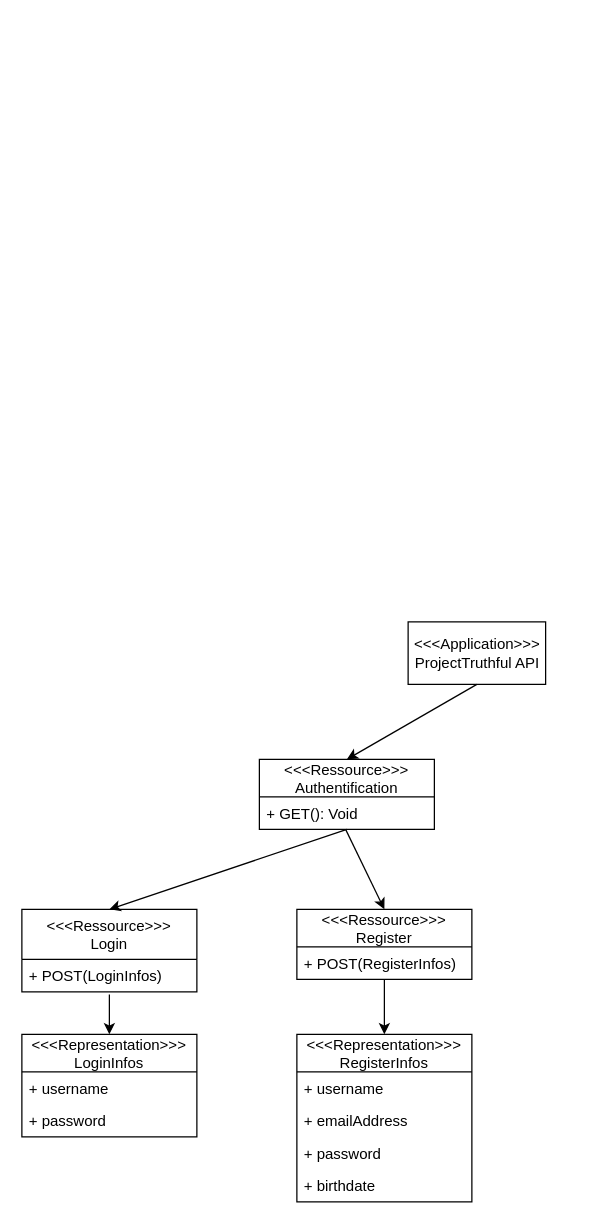
Above: page "API" (1 of 2) of diagrams/project-truthful.drawio in elbreujeu/project-truthful (draw.io), before the change. Source tidied: cells renumbered, new cells numbered last; positions are measured from the earlier drawing's top-left corner, leaving out a move shared by most shapes. Both pictures are drawn from the tidied source at 125%, with x=0, y=0 at pixel (21, 621).
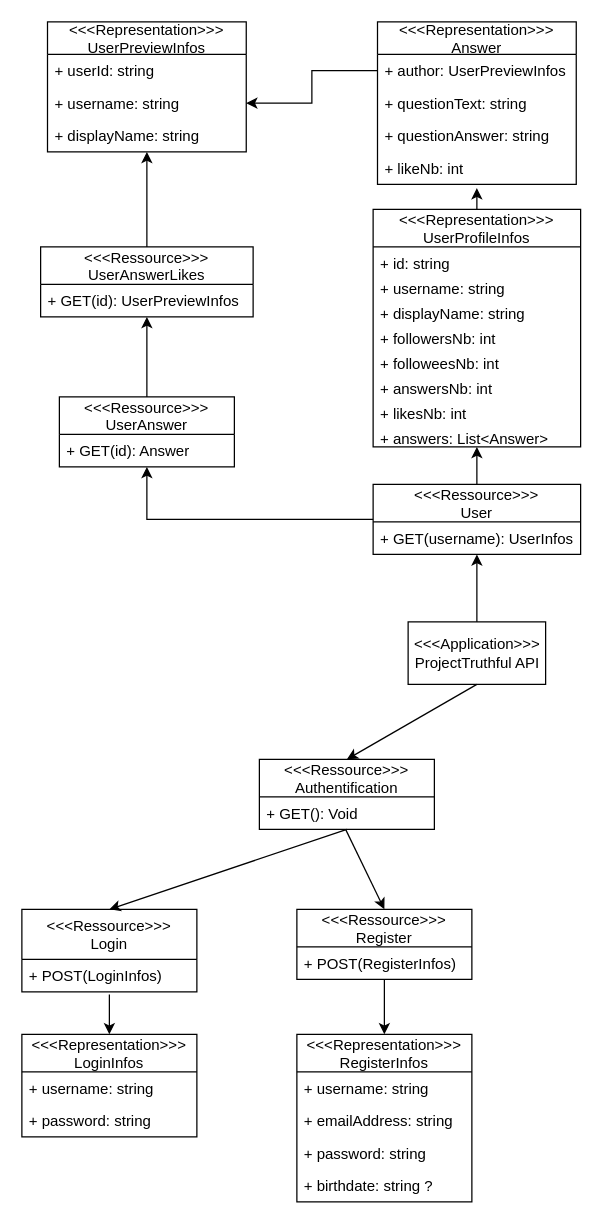
After the change.

The change refers to these unchanged cells:
```xml
<mxCell id="2" value="&amp;lt;&amp;lt;&amp;lt;Application&amp;gt;&amp;gt;&amp;gt;&lt;br&gt;ProjectTruthful API" style="html=1;" parent="1" vertex="1">
  <mxGeometry x="309" width="110" height="50" as="geometry" />
</mxCell>
<mxCell id="10" value="&lt;&lt;&lt;Representation&gt;&gt;&gt;&#10;RegisterInfos" style="swimlane;fontStyle=0;horizontal=1;startSize=30;fillColor=none;" parent="1" vertex="1">
  <mxGeometry x="220" y="330" width="140" height="134" as="geometry" />
</mxCell>
<mxCell id="19" value="&lt;&lt;&lt;Representation&gt;&gt;&gt;&#10;LoginInfos" style="swimlane;fontStyle=0;horizontal=1;startSize=30;fillColor=none;" parent="1" vertex="1">
  <mxGeometry y="330" width="140" height="82" as="geometry" />
</mxCell>
```

Diff of the diagram source:
```diff
@@
+    <mxCell id="22" style="edgeStyle=orthogonalEdgeStyle;rounded=0;jettySize=auto;html=1;exitX=0.5;exitY=0;exitDx=0;exitDy=0;entryX=0.5;entryY=1;entryDx=0;entryDy=0;" parent="1" edge="1" source="2" target="25">
+      <mxGeometry relative="1" as="geometry" />
+    </mxCell>
@@
-    <mxCell id="11" value="+ username" style="text;strokeColor=none;fillColor=none;align=left;verticalAlign=top;spacingLeft=4;spacingRight=4;overflow=hidden;" parent="10" vertex="1">
+    <mxCell id="11" value="+ username: string" style="text;strokeColor=none;fillColor=none;align=left;verticalAlign=top;spacingLeft=4;spacingRight=4;overflow=hidden;" parent="10" vertex="1">
       <mxGeometry y="30" width="140" height="26" as="geometry" />
     </mxCell>
-    <mxCell id="12" value="+ emailAddress" style="text;strokeColor=none;fillColor=none;align=left;verticalAlign=top;spacingLeft=4;spacingRight=4;overflow=hidden;" parent="10" vertex="1">
+    <mxCell id="12" value="+ emailAddress: string" style="text;strokeColor=none;fillColor=none;align=left;verticalAlign=top;spacingLeft=4;spacingRight=4;overflow=hidden;" parent="10" vertex="1">
       <mxGeometry y="56" width="140" height="26" as="geometry" />
     </mxCell>
-    <mxCell id="13" value="+ password" style="text;strokeColor=none;fillColor=none;align=left;verticalAlign=top;spacingLeft=4;spacingRight=4;overflow=hidden;" parent="10" vertex="1">
+    <mxCell id="13" value="+ password: string" style="text;strokeColor=none;fillColor=none;align=left;verticalAlign=top;spacingLeft=4;spacingRight=4;overflow=hidden;" parent="10" vertex="1">
       <mxGeometry y="82" width="140" height="26" as="geometry" />
     </mxCell>
-    <mxCell id="14" value="+ birthdate" style="text;strokeColor=none;fillColor=none;align=left;verticalAlign=top;spacingLeft=4;spacingRight=4;overflow=hidden;" parent="10" vertex="1">
+    <mxCell id="14" value="+ birthdate: string ?" style="text;strokeColor=none;fillColor=none;align=left;verticalAlign=top;spacingLeft=4;spacingRight=4;overflow=hidden;" parent="10" vertex="1">
       <mxGeometry y="108" width="140" height="26" as="geometry" />
     </mxCell>
@@
-    <mxCell id="20" value="+ username" style="text;strokeColor=none;fillColor=none;align=left;verticalAlign=top;spacingLeft=4;spacingRight=4;overflow=hidden;" parent="19" vertex="1">
+    <mxCell id="20" value="+ username: string" style="text;strokeColor=none;fillColor=none;align=left;verticalAlign=top;spacingLeft=4;spacingRight=4;overflow=hidden;" parent="19" vertex="1">
       <mxGeometry y="30" width="140" height="26" as="geometry" />
     </mxCell>
-    <mxCell id="21" value="+ password" style="text;strokeColor=none;fillColor=none;align=left;verticalAlign=top;spacingLeft=4;spacingRight=4;overflow=hidden;" parent="19" vertex="1">
+    <mxCell id="21" value="+ password: string" style="text;strokeColor=none;fillColor=none;align=left;verticalAlign=top;spacingLeft=4;spacingRight=4;overflow=hidden;" parent="19" vertex="1">
       <mxGeometry y="56" width="140" height="26" as="geometry" />
     </mxCell>
+    <mxCell id="23" style="edgeStyle=orthogonalEdgeStyle;rounded=0;jettySize=auto;html=1;exitX=0;exitY=0.5;exitDx=0;exitDy=0;entryX=0.5;entryY=1;entryDx=0;entryDy=0;" parent="1" edge="1" source="25" target="43">
+      <mxGeometry relative="1" as="geometry" />
+    </mxCell>
+    <mxCell id="24" style="edgeStyle=orthogonalEdgeStyle;rounded=0;jettySize=auto;html=1;entryX=0.5;entryY=1;entryDx=0;entryDy=0;entryPerimeter=0;" parent="1" edge="1" source="25" target="36">
+      <mxGeometry relative="1" as="geometry" />
+    </mxCell>
+    <mxCell id="25" value="&lt;&lt;&lt;Ressource&gt;&gt;&gt;&#10;User" style="swimlane;fontStyle=0;horizontal=1;startSize=30;fillColor=none;" parent="1" vertex="1">
+      <mxGeometry x="281" y="-110" width="166" height="56" as="geometry" />
+    </mxCell>
+    <mxCell id="26" value="+ GET(username): UserInfos" style="text;strokeColor=none;fillColor=none;align=left;verticalAlign=top;spacingLeft=4;spacingRight=4;overflow=hidden;" parent="25" vertex="1">
+      <mxGeometry y="30" width="166" height="26" as="geometry" />
+    </mxCell>
+    <mxCell id="27" style="edgeStyle=orthogonalEdgeStyle;rounded=0;jettySize=auto;html=1;exitX=0.5;exitY=0;exitDx=0;exitDy=0;entryX=0.5;entryY=1.115;entryDx=0;entryDy=0;entryPerimeter=0;" parent="1" edge="1" source="28" target="41">
+      <mxGeometry relative="1" as="geometry" />
+    </mxCell>
+    <mxCell id="28" value="&lt;&lt;&lt;Representation&gt;&gt;&gt;&#10;UserProfileInfos" style="swimlane;fontStyle=0;horizontal=1;startSize=30;fillColor=none;" parent="1" vertex="1">
+      <mxGeometry x="281" y="-330" width="166" height="190" as="geometry" />
+    </mxCell>
+    <mxCell id="29" value="+ id: string" style="text;strokeColor=none;fillColor=none;align=left;verticalAlign=top;spacingLeft=4;spacingRight=4;overflow=hidden;" parent="28" vertex="1">
+      <mxGeometry y="30" width="166" height="20" as="geometry" />
+    </mxCell>
+    <mxCell id="30" value="+ username: string" style="text;strokeColor=none;fillColor=none;align=left;verticalAlign=top;spacingLeft=4;spacingRight=4;overflow=hidden;" parent="28" vertex="1">
+      <mxGeometry y="50" width="166" height="20" as="geometry" />
+    </mxCell>
+    <mxCell id="31" value="+ displayName: string" style="text;strokeColor=none;fillColor=none;align=left;verticalAlign=top;spacingLeft=4;spacingRight=4;overflow=hidden;" parent="28" vertex="1">
+      <mxGeometry y="70" width="166" height="20" as="geometry" />
+    </mxCell>
+    <mxCell id="32" value="+ followersNb: int" style="text;strokeColor=none;fillColor=none;align=left;verticalAlign=top;spacingLeft=4;spacingRight=4;overflow=hidden;" parent="28" vertex="1">
+      <mxGeometry y="90" width="166" height="20" as="geometry" />
+    </mxCell>
+    <mxCell id="33" value="+ followeesNb: int" style="text;strokeColor=none;fillColor=none;align=left;verticalAlign=top;spacingLeft=4;spacingRight=4;overflow=hidden;" parent="28" vertex="1">
+      <mxGeometry y="110" width="166" height="20" as="geometry" />
+    </mxCell>
+    <mxCell id="34" value="+ answersNb: int" style="text;strokeColor=none;fillColor=none;align=left;verticalAlign=top;spacingLeft=4;spacingRight=4;overflow=hidden;" parent="28" vertex="1">
+      <mxGeometry y="130" width="166" height="20" as="geometry" />
+    </mxCell>
+    <mxCell id="35" value="+ likesNb: int" style="text;strokeColor=none;fillColor=none;align=left;verticalAlign=top;spacingLeft=4;spacingRight=4;overflow=hidden;" parent="28" vertex="1">
+      <mxGeometry y="150" width="166" height="20" as="geometry" />
+    </mxCell>
+    <mxCell id="36" value="+ answers: List&lt;Answer&gt;" style="text;strokeColor=none;fillColor=none;align=left;verticalAlign=top;spacingLeft=4;spacingRight=4;overflow=hidden;points=[[0,0.5],[1,0.5]];portConstraint=eastwest;" parent="28" vertex="1">
+      <mxGeometry y="170" width="166" height="20" as="geometry" />
+    </mxCell>
+    <mxCell id="37" value="&lt;&lt;&lt;Representation&gt;&gt;&gt;&#10;Answer" style="swimlane;fontStyle=0;horizontal=1;startSize=26;fillColor=none;" parent="1" vertex="1">
+      <mxGeometry x="284.5" y="-480" width="159" height="130" as="geometry" />
+    </mxCell>
+    <mxCell id="38" value="+ author: UserPreviewInfos" style="text;strokeColor=none;fillColor=none;align=left;verticalAlign=top;spacingLeft=4;spacingRight=4;overflow=hidden;points=[[0,0.5],[1,0.5]];portConstraint=eastwest;" parent="37" vertex="1">
+      <mxGeometry y="26" width="159" height="26" as="geometry" />
+    </mxCell>
+    <mxCell id="39" value="+ questionText: string" style="text;strokeColor=none;fillColor=none;align=left;verticalAlign=top;spacingLeft=4;spacingRight=4;overflow=hidden;" parent="37" vertex="1">
+      <mxGeometry y="52" width="159" height="26" as="geometry" />
+    </mxCell>
+    <mxCell id="40" value="+ questionAnswer: string" style="text;strokeColor=none;fillColor=none;align=left;verticalAlign=top;spacingLeft=4;spacingRight=4;overflow=hidden;" parent="37" vertex="1">
+      <mxGeometry y="78" width="159" height="26" as="geometry" />
+    </mxCell>
+    <mxCell id="41" value="+ likeNb: int" style="text;strokeColor=none;fillColor=none;align=left;verticalAlign=top;spacingLeft=4;spacingRight=4;overflow=hidden;points=[[0,0.5],[1,0.5]];portConstraint=eastwest;" parent="37" vertex="1">
+      <mxGeometry y="104" width="159" height="26" as="geometry" />
+    </mxCell>
+    <mxCell id="42" style="edgeStyle=orthogonalEdgeStyle;rounded=0;jettySize=auto;html=1;exitX=0.5;exitY=0;exitDx=0;exitDy=0;entryX=0.5;entryY=1;entryDx=0;entryDy=0;" parent="1" edge="1" source="43" target="46">
+      <mxGeometry relative="1" as="geometry" />
+    </mxCell>
+    <mxCell id="43" value="&lt;&lt;&lt;Ressource&gt;&gt;&gt;&#10;UserAnswer" style="swimlane;fontStyle=0;horizontal=1;startSize=30;fillColor=none;" parent="1" vertex="1">
+      <mxGeometry x="30" y="-180" width="140" height="56" as="geometry" />
+    </mxCell>
+    <mxCell id="44" value="+ GET(id): Answer" style="text;strokeColor=none;fillColor=none;align=left;verticalAlign=top;spacingLeft=4;spacingRight=4;overflow=hidden;" parent="43" vertex="1">
+      <mxGeometry y="30" width="140" height="26" as="geometry" />
+    </mxCell>
+    <mxCell id="45" style="edgeStyle=orthogonalEdgeStyle;rounded=0;jettySize=auto;html=1;exitX=0.5;exitY=0;exitDx=0;exitDy=0;entryX=0.5;entryY=1;entryDx=0;entryDy=0;" parent="1" edge="1" source="46" target="48">
+      <mxGeometry relative="1" as="geometry" />
+    </mxCell>
+    <mxCell id="46" value="&lt;&lt;&lt;Ressource&gt;&gt;&gt;&#10;UserAnswerLikes" style="swimlane;fontStyle=0;horizontal=1;startSize=30;fillColor=none;" parent="1" vertex="1">
+      <mxGeometry x="15" y="-300" width="170" height="56" as="geometry" />
+    </mxCell>
+    <mxCell id="47" value="+ GET(id): UserPreviewInfos" style="text;strokeColor=none;fillColor=none;align=left;verticalAlign=top;spacingLeft=4;spacingRight=4;overflow=hidden;" parent="46" vertex="1">
+      <mxGeometry y="30" width="170" height="26" as="geometry" />
+    </mxCell>
+    <mxCell id="48" value="&lt;&lt;&lt;Representation&gt;&gt;&gt;&#10;UserPreviewInfos" style="swimlane;fontStyle=0;horizontal=1;startSize=26;fillColor=none;" parent="1" vertex="1">
+      <mxGeometry x="20.5" y="-480" width="159" height="104" as="geometry" />
+    </mxCell>
+    <mxCell id="49" value="+ userId: string" style="text;strokeColor=none;fillColor=none;align=left;verticalAlign=top;spacingLeft=4;spacingRight=4;overflow=hidden;" parent="48" vertex="1">
+      <mxGeometry y="26" width="159" height="26" as="geometry" />
+    </mxCell>
+    <mxCell id="50" value="+ username: string" style="text;strokeColor=none;fillColor=none;align=left;verticalAlign=top;spacingLeft=4;spacingRight=4;overflow=hidden;points=[[0,0.5],[1,0.5]];portConstraint=eastwest;" parent="48" vertex="1">
+      <mxGeometry y="52" width="159" height="26" as="geometry" />
+    </mxCell>
+    <mxCell id="51" value="+ displayName: string" style="text;strokeColor=none;fillColor=none;align=left;verticalAlign=top;spacingLeft=4;spacingRight=4;overflow=hidden;" parent="48" vertex="1">
+      <mxGeometry y="78" width="159" height="26" as="geometry" />
+    </mxCell>
+    <mxCell id="52" style="edgeStyle=orthogonalEdgeStyle;rounded=0;jettySize=auto;html=1;entryX=1;entryY=0.5;entryDx=0;entryDy=0;" parent="1" edge="1" source="38" target="50">
+      <mxGeometry relative="1" as="geometry" />
+    </mxCell>
```
